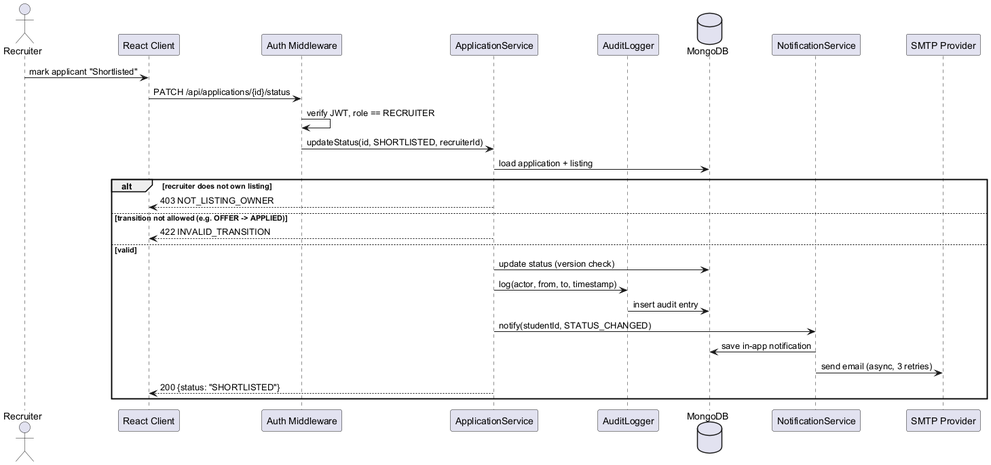
The PlantUML diagram docs/other-docs/diagrams/seq_status_update.png in Online-Internship-Placement-Prep-Portal/OIPPP, before a commit.
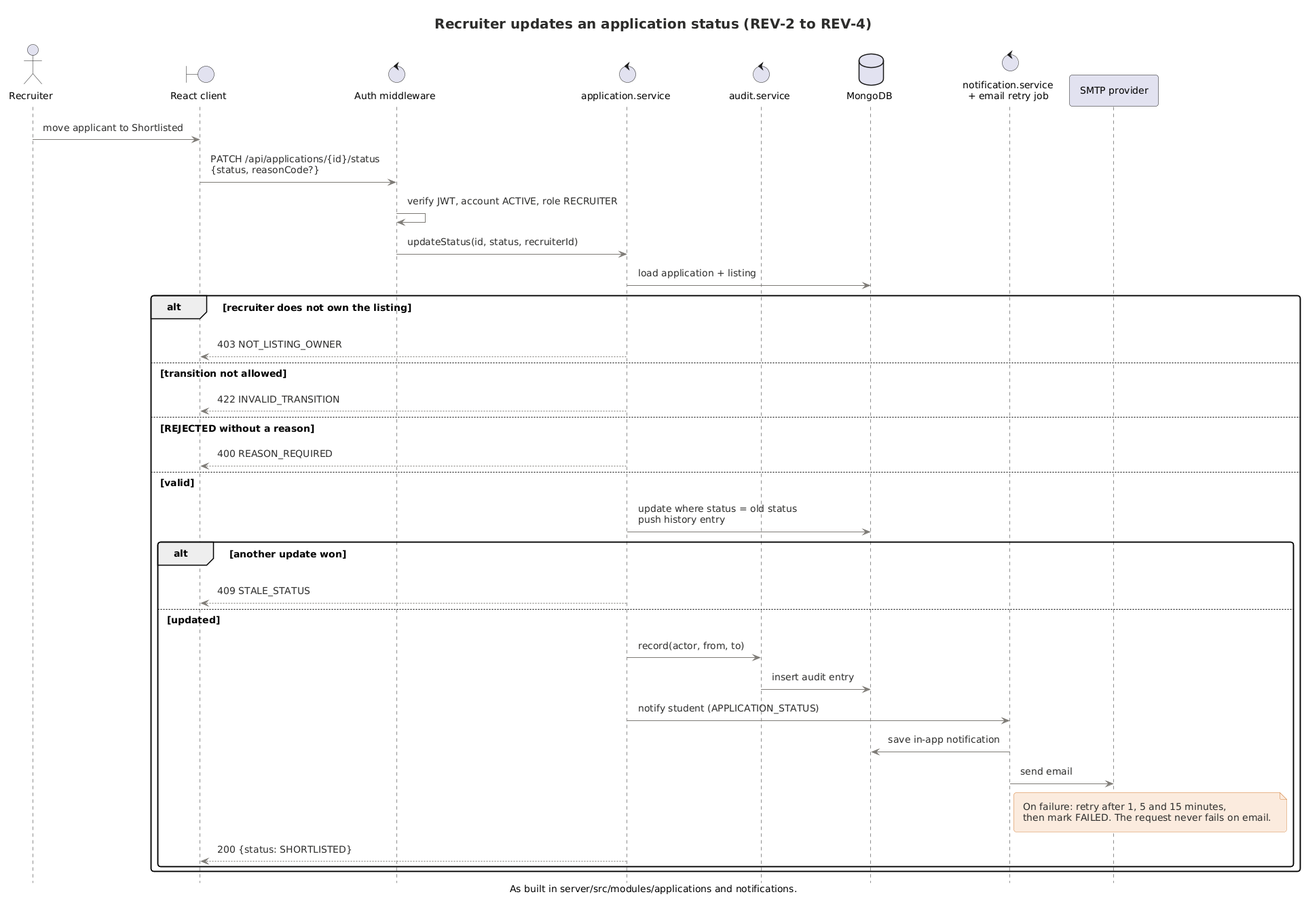
After the commit.

The edit, as a diff of the source:
```diff
@@ -1,28 +1,42 @@
 @startuml seq_status_update
+!include diagram-style.puml
+hide footbox
+title Recruiter updates an application status (REV-2 to REV-4)
+caption As built in server/src/modules/applications and notifications.
 actor Recruiter
-participant "React Client" as C
-participant "Auth Middleware" as MW
-participant "ApplicationService" as AS
-participant "AuditLogger" as AL
+boundary "React client" as C
+control "Auth middleware" as MW
+control "application.service" as AS
+control "audit.service" as AL
 database MongoDB as DB
-participant "NotificationService" as NS
-participant "SMTP Provider" as SMTP
-Recruiter -> C : mark applicant "Shortlisted"
-C -> MW : PATCH /api/applications/{id}/status
-MW -> MW : verify JWT, role == RECRUITER
-MW -> AS : updateStatus(id, SHORTLISTED, recruiterId)
+control "notification.service\n+ email retry job" as NS
+participant "SMTP provider" as SMTP
+Recruiter -> C : move applicant to Shortlisted
+C -> MW : PATCH /api/applications/{id}/status\n{status, reasonCode?}
+MW -> MW : verify JWT, account ACTIVE, role RECRUITER
+MW -> AS : updateStatus(id, status, recruiterId)
 AS -> DB : load application + listing
-alt recruiter does not own listing
+alt recruiter does not own the listing
   AS --> C : 403 NOT_LISTING_OWNER
-else transition not allowed (e.g. OFFER -> APPLIED)
+else transition not allowed
   AS --> C : 422 INVALID_TRANSITION
+else REJECTED without a reason
+  AS --> C : 400 REASON_REQUIRED
 else valid
-  AS -> DB : update status (version check)
-  AS -> AL : log(actor, from, to, timestamp)
-  AL -> DB : insert audit entry
-  AS -> NS : notify(studentId, STATUS_CHANGED)
-  NS -> DB : save in-app notification
-  NS -> SMTP : send email (async, 3 retries)
-  AS --> C : 200 {status: "SHORTLISTED"}
+  AS -> DB : update where status = old status\npush history entry
+  alt another update won
+    AS --> C : 409 STALE_STATUS
+  else updated
+    AS -> AL : record(actor, from, to)
+    AL -> DB : insert audit entry
+    AS -> NS : notify student (APPLICATION_STATUS)
+    NS -> DB : save in-app notification
+    NS -> SMTP : send email
+    note right of NS
+      On failure: retry after 1, 5 and 15 minutes,
+      then mark FAILED. The request never fails on email.
+    end note
+    AS --> C : 200 {status: SHORTLISTED}
+  end
 end
 @enduml
```
